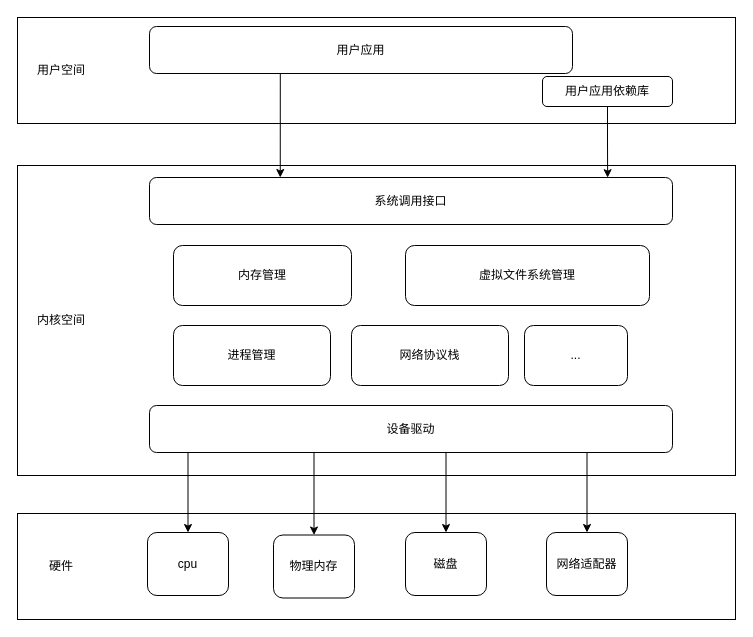
This is 用户空间和内核空间结构图.drawio from liepig1223/drawio, a draw.io file, before an edit. Source tidied: cells renumbered, new cells numbered last; positions are measured from the earlier drawing's top-left corner, leaving out a move shared by most shapes. Both pictures are drawn from the tidied source at 100%, with x=0, y=0 at pixel (17, 17).
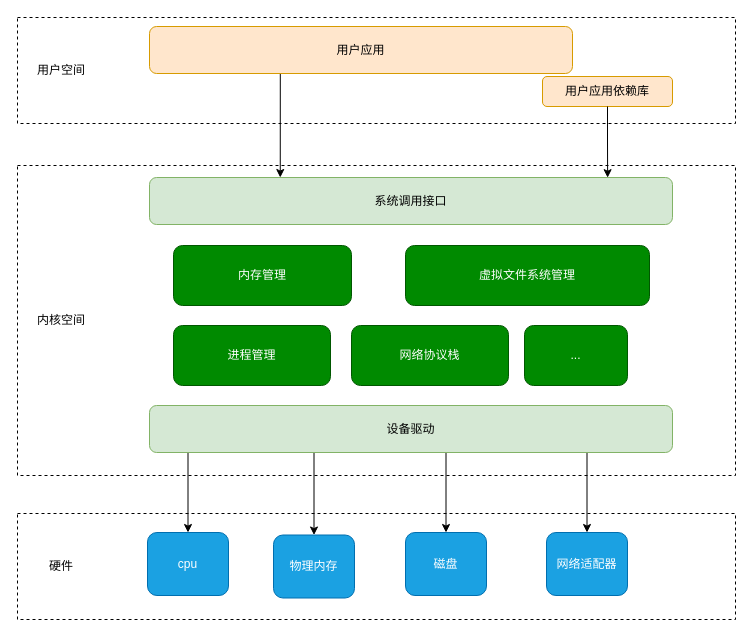
The same page after the edit.

Commit message (it also covers changes not shown here):
更新用户空间和内核空间结构图.drawio

Diff of the diagram source:
```diff
@@
-    <mxCell id="2" style="rounded=0;whiteSpace=wrap;html=1;" parent="1" vertex="1">
+    <mxCell id="2" style="rounded=0;whiteSpace=wrap;html=1;dashed=1;" parent="1" vertex="1">
       <mxGeometry width="718" height="106" as="geometry" />
     </mxCell>
-    <mxCell id="3" style="rounded=0;whiteSpace=wrap;html=1;" parent="1" vertex="1">
+    <mxCell id="3" style="rounded=0;whiteSpace=wrap;html=1;dashed=1;" parent="1" vertex="1">
       <mxGeometry y="148" width="718" height="310" as="geometry" />
     </mxCell>
-    <mxCell id="4" style="rounded=0;whiteSpace=wrap;html=1;" parent="1" vertex="1">
+    <mxCell id="4" style="rounded=0;whiteSpace=wrap;html=1;dashed=1;" parent="1" vertex="1">
       <mxGeometry y="496" width="718" height="106" as="geometry" />
     </mxCell>
@@
-    <mxCell id="6" value="用户应用" style="rounded=1;whiteSpace=wrap;html=1;" parent="1" vertex="1">
+    <mxCell id="6" value="用户应用" style="rounded=1;whiteSpace=wrap;html=1;fillColor=#ffe6cc;strokeColor=#d79b00;" parent="1" vertex="1">
       <mxGeometry x="132" y="9" width="423" height="47" as="geometry" />
     </mxCell>
-    <mxCell id="7" value="用户应用依赖库" style="rounded=1;whiteSpace=wrap;html=1;" parent="1" vertex="1">
+    <mxCell id="7" value="用户应用依赖库" style="rounded=1;whiteSpace=wrap;html=1;fillColor=#ffe6cc;strokeColor=#d79b00;" parent="1" vertex="1">
       <mxGeometry x="525" y="59" width="130" height="30" as="geometry" />
     </mxCell>
@@
-    <mxCell id="9" value="系统调用接口" style="rounded=1;whiteSpace=wrap;html=1;" parent="1" vertex="1">
+    <mxCell id="9" value="系统调用接口" style="rounded=1;whiteSpace=wrap;html=1;fillColor=#d5e8d4;strokeColor=#82b366;" parent="1" vertex="1">
       <mxGeometry x="132" y="160" width="523" height="47" as="geometry" />
     </mxCell>
@@
-    <mxCell id="16" value="设备驱动" style="rounded=1;whiteSpace=wrap;html=1;" parent="1" vertex="1">
+    <mxCell id="16" value="设备驱动" style="rounded=1;whiteSpace=wrap;html=1;fillColor=#d5e8d4;strokeColor=#82b366;" parent="1" vertex="1">
       <mxGeometry x="132" y="388" width="523" height="47" as="geometry" />
     </mxCell>
-    <mxCell id="17" value="内存管理" style="rounded=1;whiteSpace=wrap;html=1;" parent="1" vertex="1">
+    <mxCell id="17" value="内存管理" style="rounded=1;whiteSpace=wrap;html=1;fillColor=#008a00;fontColor=#ffffff;strokeColor=#005700;" parent="1" vertex="1">
       <mxGeometry x="156" y="228" width="178" height="60" as="geometry" />
     </mxCell>
-    <mxCell id="18" value="虚拟文件系统管理" style="rounded=1;whiteSpace=wrap;html=1;" parent="1" vertex="1">
+    <mxCell id="18" value="虚拟文件系统管理" style="rounded=1;whiteSpace=wrap;html=1;fillColor=#008a00;fontColor=#ffffff;strokeColor=#005700;" parent="1" vertex="1">
       <mxGeometry x="388" y="228" width="244" height="60" as="geometry" />
     </mxCell>
-    <mxCell id="19" value="进程管理" style="rounded=1;whiteSpace=wrap;html=1;" parent="1" vertex="1">
+    <mxCell id="19" value="进程管理" style="rounded=1;whiteSpace=wrap;html=1;fillColor=#008a00;fontColor=#ffffff;strokeColor=#005700;" parent="1" vertex="1">
       <mxGeometry x="156" y="308" width="157" height="60" as="geometry" />
     </mxCell>
-    <mxCell id="20" value="网络协议栈" style="rounded=1;whiteSpace=wrap;html=1;" parent="1" vertex="1">
+    <mxCell id="20" value="网络协议栈" style="rounded=1;whiteSpace=wrap;html=1;fillColor=#008a00;fontColor=#ffffff;strokeColor=#005700;" parent="1" vertex="1">
       <mxGeometry x="334" y="308" width="157" height="60" as="geometry" />
     </mxCell>
-    <mxCell id="21" value="..." style="rounded=1;whiteSpace=wrap;html=1;" parent="1" vertex="1">
+    <mxCell id="21" value="..." style="rounded=1;whiteSpace=wrap;html=1;fillColor=#008a00;fontColor=#ffffff;strokeColor=#005700;" parent="1" vertex="1">
       <mxGeometry x="507" y="308" width="103" height="60" as="geometry" />
     </mxCell>
@@
-    <mxCell id="23" value="cpu" style="rounded=1;whiteSpace=wrap;html=1;" parent="1" vertex="1">
+    <mxCell id="23" value="cpu" style="rounded=1;whiteSpace=wrap;html=1;fillColor=#1ba1e2;fontColor=#ffffff;strokeColor=#006EAF;" parent="1" vertex="1">
       <mxGeometry x="130" y="515" width="81" height="63" as="geometry" />
     </mxCell>
-    <mxCell id="24" value="物理内存" style="rounded=1;whiteSpace=wrap;html=1;" parent="1" vertex="1">
+    <mxCell id="24" value="物理内存" style="rounded=1;whiteSpace=wrap;html=1;fillColor=#1ba1e2;fontColor=#ffffff;strokeColor=#006EAF;" parent="1" vertex="1">
       <mxGeometry x="256" y="517.5" width="81" height="63" as="geometry" />
     </mxCell>
-    <mxCell id="25" value="磁盘" style="rounded=1;whiteSpace=wrap;html=1;" parent="1" vertex="1">
+    <mxCell id="25" value="磁盘" style="rounded=1;whiteSpace=wrap;html=1;fillColor=#1ba1e2;fontColor=#ffffff;strokeColor=#006EAF;" parent="1" vertex="1">
       <mxGeometry x="388" y="515" width="81" height="63" as="geometry" />
     </mxCell>
-    <mxCell id="26" value="网络适配器" style="rounded=1;whiteSpace=wrap;html=1;" parent="1" vertex="1">
+    <mxCell id="26" value="网络适配器" style="rounded=1;whiteSpace=wrap;html=1;fillColor=#1ba1e2;fontColor=#ffffff;strokeColor=#006EAF;" parent="1" vertex="1">
       <mxGeometry x="529" y="515" width="81" height="63" as="geometry" />
     </mxCell>
```
